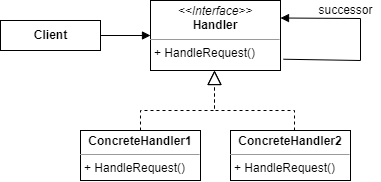
JoanStinson/UnityDesignPatternsReference keeps this draw.io diagram as Diagrams/Behavioral Patterns/Chain of Responsibility.png. Above is the earlier version. Source tidied: cells renumbered, new cells last; positions are measured from the earlier drawing's top-left corner, leaving out a move shared by most shapes.
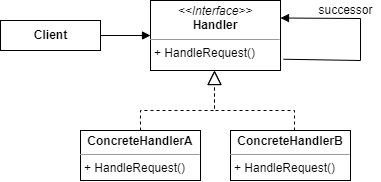
After the change.

The edit, as a diff of the source:
```diff
@@ -22,10 +22,10 @@
     <mxCell id="6" value="successor" style="text;html=1;align=center;verticalAlign=middle;strokeColor=none;fillColor=none;" parent="1" vertex="1">
       <mxGeometry x="310" width="70" height="20" as="geometry" />
     </mxCell>
-    <mxCell id="7" value="&lt;p style=&quot;margin: 0px ; margin-top: 4px ; text-align: center&quot;&gt;&lt;b&gt;ConcreteHandler1&lt;/b&gt;&lt;/p&gt;&lt;hr size=&quot;1&quot;&gt;&lt;p style=&quot;margin: 0px ; margin-left: 4px&quot;&gt;+ HandleRequest()&lt;/p&gt;" style="verticalAlign=top;align=left;overflow=fill;fontSize=12;fontFamily=Helvetica;html=1;" parent="1" vertex="1">
+    <mxCell id="7" value="&lt;p style=&quot;margin: 0px ; margin-top: 4px ; text-align: center&quot;&gt;&lt;b&gt;ConcreteHandlerA&lt;/b&gt;&lt;/p&gt;&lt;hr size=&quot;1&quot;&gt;&lt;p style=&quot;margin: 0px ; margin-left: 4px&quot;&gt;+ HandleRequest()&lt;/p&gt;" style="verticalAlign=top;align=left;overflow=fill;fontSize=12;fontFamily=Helvetica;html=1;" parent="1" vertex="1">
       <mxGeometry x="80" y="130" width="120" height="50" as="geometry" />
     </mxCell>
-    <mxCell id="8" value="&lt;p style=&quot;margin: 0px ; margin-top: 4px ; text-align: center&quot;&gt;&lt;b&gt;ConcreteHandler2&lt;/b&gt;&lt;/p&gt;&lt;hr size=&quot;1&quot;&gt;&lt;p style=&quot;margin: 0px ; margin-left: 4px&quot;&gt;+ HandleRequest()&lt;/p&gt;" style="verticalAlign=top;align=left;overflow=fill;fontSize=12;fontFamily=Helvetica;html=1;" parent="1" vertex="1">
+    <mxCell id="8" value="&lt;p style=&quot;margin: 0px ; margin-top: 4px ; text-align: center&quot;&gt;&lt;b&gt;ConcreteHandlerB&lt;/b&gt;&lt;/p&gt;&lt;hr size=&quot;1&quot;&gt;&lt;p style=&quot;margin: 0px ; margin-left: 4px&quot;&gt;+ HandleRequest()&lt;/p&gt;" style="verticalAlign=top;align=left;overflow=fill;fontSize=12;fontFamily=Helvetica;html=1;" parent="1" vertex="1">
       <mxGeometry x="230" y="130" width="120" height="50" as="geometry" />
     </mxCell>
     <mxCell id="9" style="endArrow=block;dashed=1;endFill=0;endSize=12;html=1;rounded=0;exitX=0.5;exitY=0;exitDx=0;exitDy=0;" parent="1" edge="1">
```
